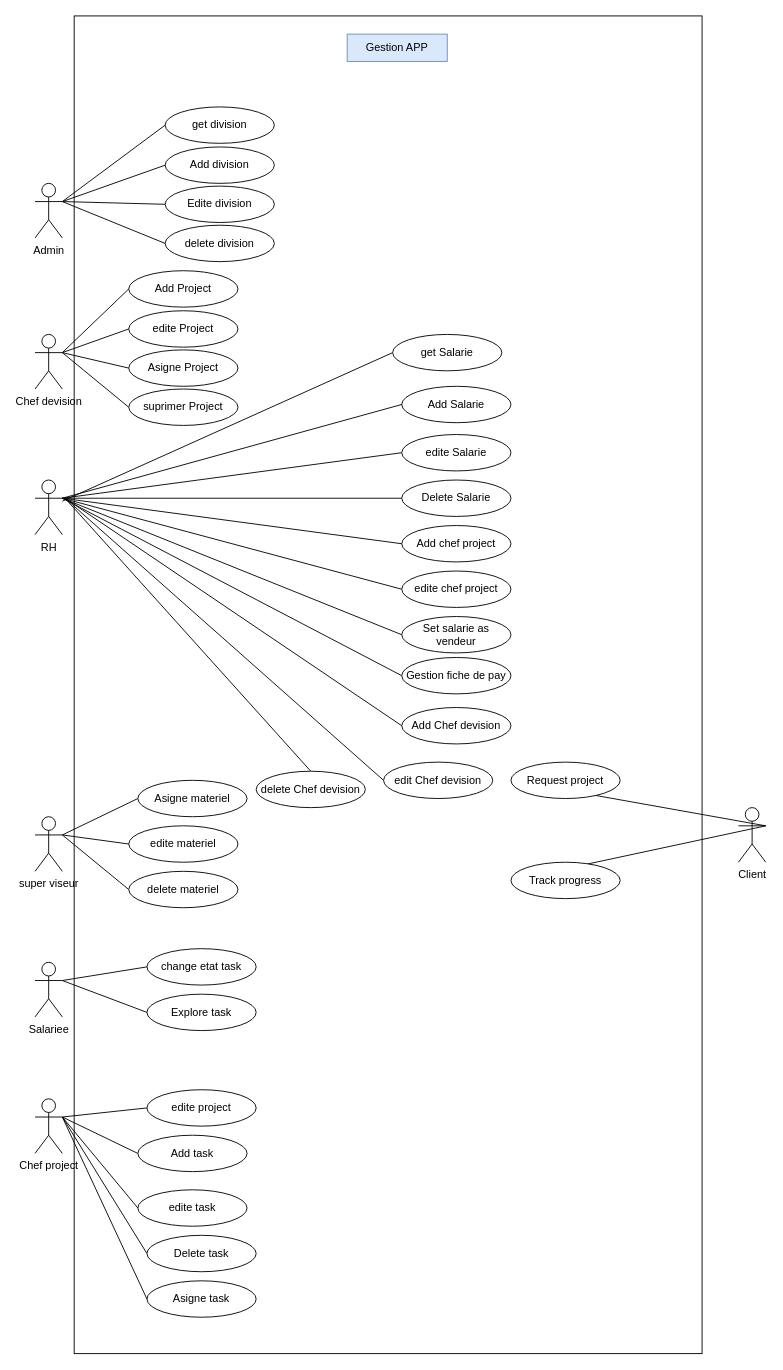
Earlier version of the draw.io diagram use case Diagramme .drawio (ZroudAbdelilah/Intelcia_Group). Source tidied: cells renumbered, new cells numbered last; positions are measured from the earlier drawing's top-left corner, leaving out a move shared by most shapes. Both pictures are drawn from the tidied source at 91%, with x=0, y=0 at pixel (35, 15).
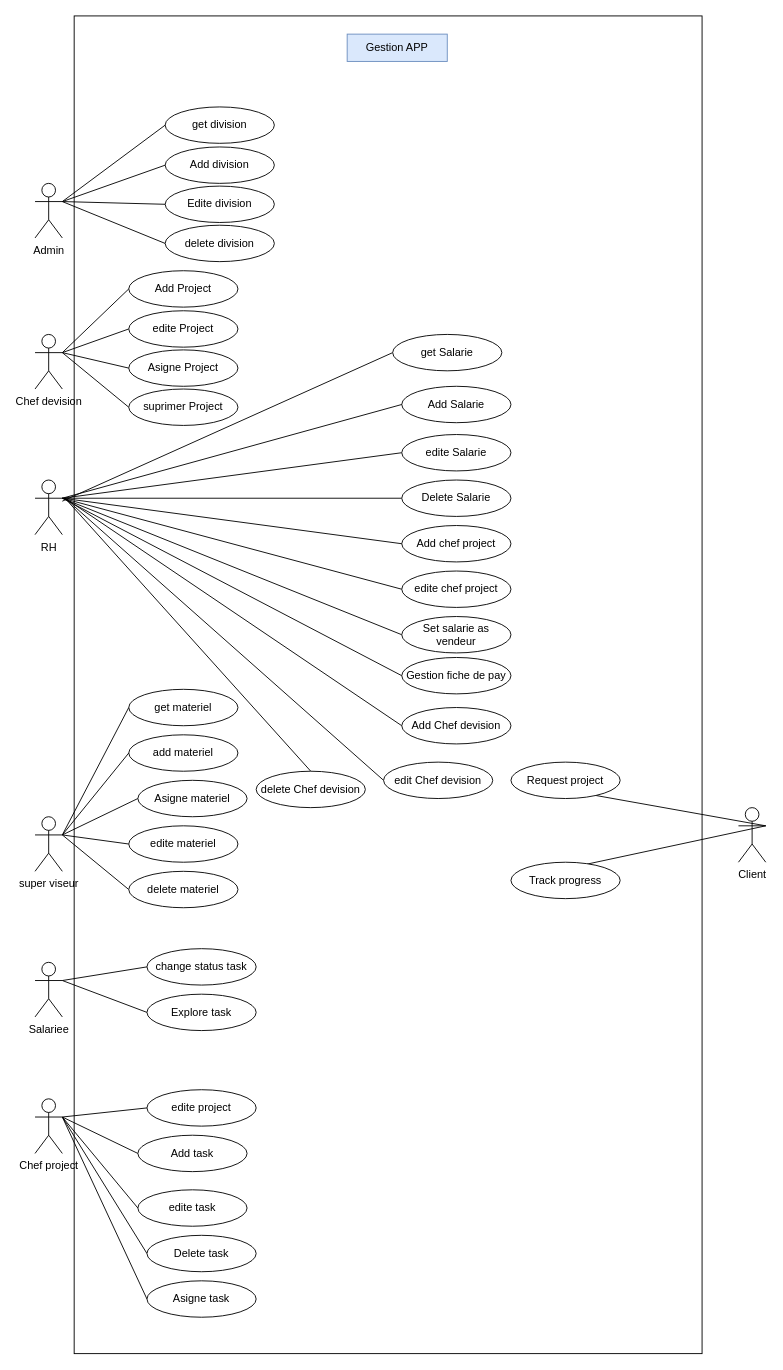
Above is the later version.

Commit message (it also covers changes not shown here):
modification use case et add diagramme d'activiter

The change refers to these unchanged cells:
```xml
<mxCell id="19" value="super viseur" style="shape=umlActor;verticalLabelPosition=bottom;verticalAlign=top;html=1;outlineConnect=0;" parent="1" vertex="1">
  <mxGeometry y="880" width="30" height="60" as="geometry" />
</mxCell>
```

Diff of the diagram source:
```diff
@@
-    <mxCell id="37" value="change etat task" style="ellipse;whiteSpace=wrap;html=1;" parent="1" vertex="1">
+    <mxCell id="37" value="change status task" style="ellipse;whiteSpace=wrap;html=1;" parent="1" vertex="1">
       <mxGeometry x="123" y="1025" width="120" height="40" as="geometry" />
     </mxCell>
@@
+    <mxCell id="74" value="add materiel" style="ellipse;whiteSpace=wrap;html=1;" parent="1" vertex="1">
+      <mxGeometry x="103" y="790" width="120" height="40" as="geometry" />
+    </mxCell>
+    <mxCell id="75" style="edgeStyle=none;rounded=0;jettySize=auto;html=1;exitX=1;exitY=0.3333333333333333;exitDx=0;exitDy=0;exitPerimeter=0;entryX=0;entryY=0.5;entryDx=0;entryDy=0;endArrow=none;endFill=0;" parent="1" edge="1" source="19" target="74">
+      <mxGeometry relative="1" as="geometry" />
+    </mxCell>
+    <mxCell id="76" value="get materiel" style="ellipse;whiteSpace=wrap;html=1;" parent="1" vertex="1">
+      <mxGeometry x="103" y="740" width="120" height="40" as="geometry" />
+    </mxCell>
+    <mxCell id="77" style="edgeStyle=none;rounded=0;jettySize=auto;html=1;exitX=1;exitY=0.3333333333333333;exitDx=0;exitDy=0;exitPerimeter=0;entryX=0;entryY=0.5;entryDx=0;entryDy=0;endArrow=none;endFill=0;" parent="1" edge="1" source="19" target="76">
+      <mxGeometry relative="1" as="geometry" />
+    </mxCell>
```
